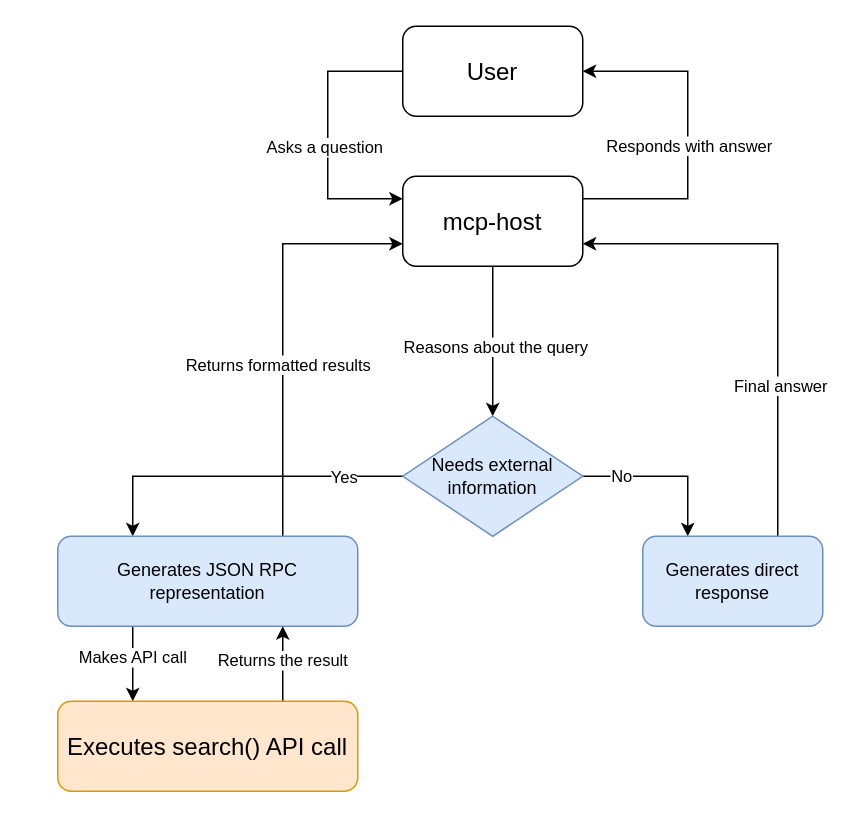
morningkyle/githubfiles keeps this draw.io diagram as mcp-agent.drawio. Above is the earlier version. Source tidied: cells renumbered, new cells numbered last; positions are measured from the earlier drawing's top-left corner, leaving out a move shared by most shapes. Both pictures are drawn from the tidied source at 150%, with x=0, y=0 at pixel (57, 26).
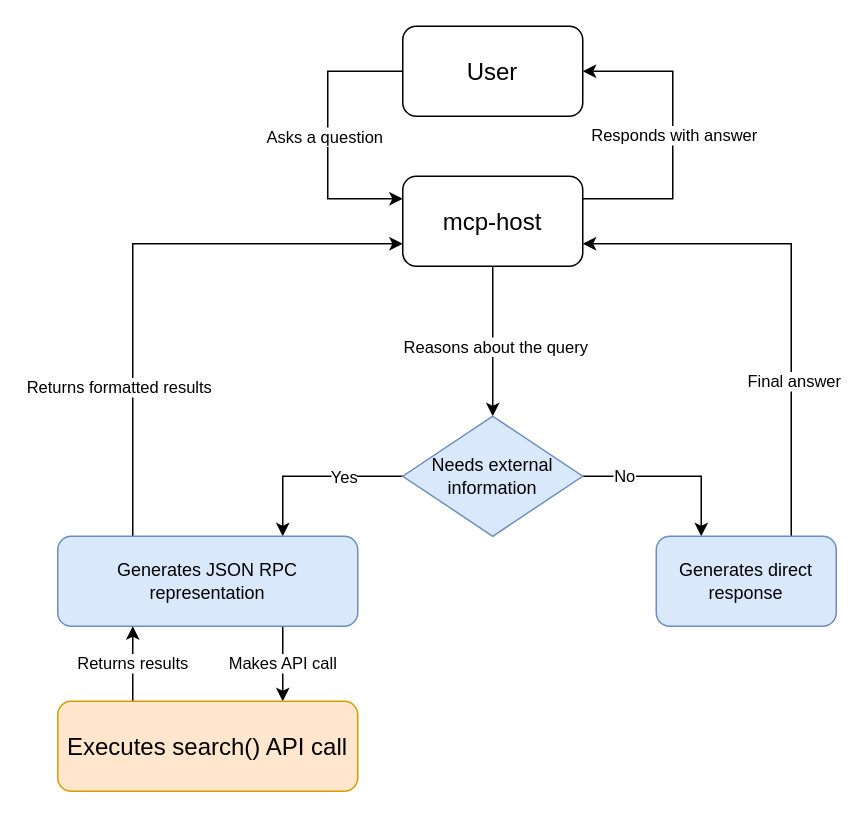
Above is the later version.

The change refers to these unchanged cells:
```xml
<mxCell id="2" style="edgeStyle=orthogonalEdgeStyle;rounded=0;jettySize=auto;html=1;entryX=0;entryY=0.25;entryDx=0;entryDy=0;exitX=0;exitY=0.5;exitDx=0;exitDy=0;flowAnimation=1;" parent="1" edge="1" source="4" target="9">
  <mxGeometry relative="1" as="geometry">
    <Array as="points">
      <mxPoint x="180" y="30" />
      <mxPoint x="180" y="115" />
    </Array>
  </mxGeometry>
</mxCell>
<mxCell id="4" value="&lt;font style=&quot;font-size: 16px;&quot;&gt;User&lt;/font&gt;" style="rounded=1;whiteSpace=wrap;html=1;" parent="1" vertex="1">
  <mxGeometry x="230" width="120" height="60" as="geometry" />
</mxCell>
<mxCell id="9" value="&lt;font style=&quot;font-size: 16px;&quot;&gt;mcp-host&lt;/font&gt;" style="rounded=1;whiteSpace=wrap;html=1;" parent="1" vertex="1">
  <mxGeometry x="230" y="100" width="120" height="60" as="geometry" />
</mxCell>
<mxCell id="14" value="Needs external information" style="rhombus;whiteSpace=wrap;html=1;fillColor=#dae8fc;strokeColor=#6c8ebf;" parent="1" vertex="1">
  <mxGeometry x="230" y="260" width="120" height="80" as="geometry" />
</mxCell>
<mxCell id="19" value="Generates JSON RPC representation" style="rounded=1;whiteSpace=wrap;html=1;fillColor=#dae8fc;strokeColor=#6c8ebf;" parent="1" vertex="1">
  <mxGeometry y="340" width="200" height="60" as="geometry" />
</mxCell>
<mxCell id="22" value="&lt;font style=&quot;font-size: 16px;&quot;&gt;Executes search() API call&lt;/font&gt;" style="rounded=1;whiteSpace=wrap;html=1;fillColor=#ffe6cc;strokeColor=#d79b00;" parent="1" vertex="1">
  <mxGeometry y="450" width="200" height="60" as="geometry" />
</mxCell>
```

Diff of the diagram source:
```diff
@@
     <mxCell id="3" value="Asks a question" style="edgeLabel;html=1;align=center;verticalAlign=middle;" parent="2" vertex="1">
       <mxGeometry x="-0.01" y="-3" relative="1" as="geometry">
-        <mxPoint y="8" as="offset" />
+        <mxPoint y="1" as="offset" />
       </mxGeometry>
     </mxCell>
@@
     <mxCell id="7" style="edgeStyle=orthogonalEdgeStyle;rounded=0;jettySize=auto;html=1;exitX=1;exitY=0.25;exitDx=0;exitDy=0;entryX=1;entryY=0.5;entryDx=0;entryDy=0;flowAnimation=1;" parent="1" edge="1" source="9" target="4">
       <mxGeometry relative="1" as="geometry">
         <Array as="points">
-          <mxPoint x="420" y="115" />
-          <mxPoint x="420" y="30" />
+          <mxPoint x="410" y="115" />
+          <mxPoint x="410" y="30" />
         </Array>
       </mxGeometry>
     </mxCell>
     <mxCell id="8" value="Responds with answer" style="edgeLabel;html=1;align=center;verticalAlign=middle;" parent="7" vertex="1">
       <mxGeometry x="0.03" y="2" relative="1" as="geometry">
-        <mxPoint x="2" y="10" as="offset" />
+        <mxPoint x="2" y="3" as="offset" />
       </mxGeometry>
     </mxCell>
@@
-    <mxCell id="10" style="edgeStyle=orthogonalEdgeStyle;rounded=0;jettySize=auto;html=1;exitX=0;exitY=0.5;exitDx=0;exitDy=0;entryX=0.25;entryY=0;entryDx=0;entryDy=0;flowAnimation=1;" parent="1" edge="1" source="14" target="19">
+    <mxCell id="10" style="edgeStyle=orthogonalEdgeStyle;rounded=0;jettySize=auto;html=1;exitX=0;exitY=0.5;exitDx=0;exitDy=0;entryX=0.75;entryY=0;entryDx=0;entryDy=0;flowAnimation=1;" parent="1" edge="1" source="14" target="19">
       <mxGeometry relative="1" as="geometry" />
     </mxCell>
     <mxCell id="11" value="Yes" style="edgeLabel;html=1;align=center;verticalAlign=middle;" parent="10" vertex="1">
       <mxGeometry x="-0.2" relative="1" as="geometry">
-        <mxPoint x="48" as="offset" />
+        <mxPoint x="8" as="offset" />
       </mxGeometry>
     </mxCell>
@@
-    <mxCell id="15" style="edgeStyle=orthogonalEdgeStyle;rounded=0;jettySize=auto;html=1;exitX=0.25;exitY=1;exitDx=0;exitDy=0;entryX=0.25;entryY=0;entryDx=0;entryDy=0;flowAnimation=1;" parent="1" edge="1" source="19" target="22">
+    <mxCell id="15" style="edgeStyle=orthogonalEdgeStyle;rounded=0;jettySize=auto;html=1;exitX=0.75;exitY=1;exitDx=0;exitDy=0;entryX=0.75;entryY=0;entryDx=0;entryDy=0;flowAnimation=1;" parent="1" edge="1" source="19" target="22">
       <mxGeometry relative="1" as="geometry" />
     </mxCell>
     <mxCell id="16" value="Makes API call" style="edgeLabel;html=1;align=center;verticalAlign=middle;" parent="15" vertex="1">
-      <mxGeometry x="-0.19" y="-1" relative="1" as="geometry" />
+      <mxGeometry x="-0.19" y="-1" relative="1" as="geometry">
+        <mxPoint y="4" as="offset" />
+      </mxGeometry>
     </mxCell>
-    <mxCell id="17" style="edgeStyle=orthogonalEdgeStyle;rounded=0;jettySize=auto;html=1;exitX=0.75;exitY=0;exitDx=0;exitDy=0;entryX=0;entryY=0.75;entryDx=0;entryDy=0;flowAnimation=1;" parent="1" edge="1" source="19" target="9">
+    <mxCell id="17" style="edgeStyle=orthogonalEdgeStyle;rounded=0;jettySize=auto;html=1;exitX=0.25;exitY=0;exitDx=0;exitDy=0;entryX=0;entryY=0.75;entryDx=0;entryDy=0;flowAnimation=1;" parent="1" edge="1" source="19" target="9">
       <mxGeometry relative="1" as="geometry" />
     </mxCell>
     <mxCell id="18" value="Returns formatted results" style="edgeLabel;html=1;align=center;verticalAlign=middle;" parent="17" vertex="1">
       <mxGeometry y="4" relative="1" as="geometry">
-        <mxPoint y="23" as="offset" />
+        <mxPoint x="-6" y="88" as="offset" />
       </mxGeometry>
     </mxCell>
@@
-    <mxCell id="20" style="edgeStyle=orthogonalEdgeStyle;rounded=0;jettySize=auto;html=1;exitX=0.75;exitY=0;exitDx=0;exitDy=0;entryX=0.75;entryY=1;entryDx=0;entryDy=0;flowAnimation=1;" parent="1" edge="1" source="22" target="19">
+    <mxCell id="20" style="edgeStyle=orthogonalEdgeStyle;rounded=0;jettySize=auto;html=1;exitX=0.25;exitY=0;exitDx=0;exitDy=0;entryX=0.25;entryY=1;entryDx=0;entryDy=0;flowAnimation=1;" parent="1" edge="1" source="22" target="19">
       <mxGeometry relative="1" as="geometry" />
     </mxCell>
-    <mxCell id="21" value="Returns the result" style="edgeLabel;html=1;align=center;verticalAlign=middle;" parent="20" vertex="1">
-      <mxGeometry x="0.11" y="1" relative="1" as="geometry" />
-    </mxCell>
+    <mxCell id="26" value="Returns results" style="edgeLabel;html=1;align=center;verticalAlign=middle;" parent="20" vertex="1">
+      <mxGeometry x="0.03" y="1" relative="1" as="geometry" />
+    </mxCell>
@@
     <mxCell id="25" value="Generates direct response" style="rounded=1;whiteSpace=wrap;html=1;fillColor=#dae8fc;strokeColor=#6c8ebf;" parent="1" vertex="1">
-      <mxGeometry x="390" y="340" width="120" height="60" as="geometry" />
+      <mxGeometry x="399" y="340" width="120" height="60" as="geometry" />
     </mxCell>
+    <mxCell id="27" style="edgeStyle=orthogonalEdgeStyle;rounded=0;orthogonalLoop=1;jettySize=auto;html=1;exitX=0.25;exitY=0;exitDx=0;exitDy=0;entryX=0.25;entryY=0;entryDx=0;entryDy=0;" parent="1" edge="1" source="22" target="22">
+      <mxGeometry relative="1" as="geometry" />
+    </mxCell>
```
